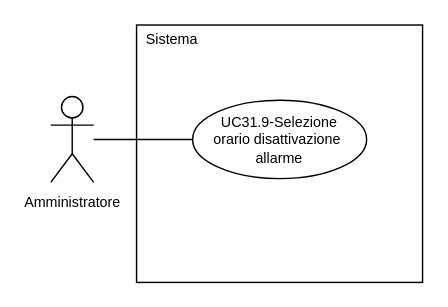
Earlier version of the draw.io diagram 2-RTB/Analisi_dei_requisiti/draw.io/UC31.9.drawio (SnakeByteTeam/snakebyteteam.github.io). Source tidied: cells renumbered, new cells numbered last; positions are measured from the earlier drawing's top-left corner, leaving out a move shared by most shapes. Both pictures are drawn from the tidied source at 143%, with x=0, y=0 at pixel (50, 24).
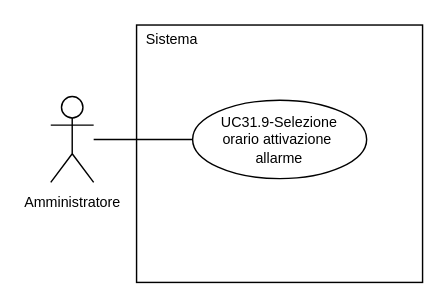
After the change.

Change to the diagram source:
```diff
@@
 <mxGraphModel>
   <root>
     <mxCell id="0" />
     <mxCell id="1" parent="0" />
     <mxCell id="2" value="&lt;font style=&quot;font-size: 10px; line-height: 100%;&quot;&gt;Amministratore&lt;/font&gt;" style="shape=umlActor;verticalLabelPosition=bottom;verticalAlign=top;html=1;outlineConnect=0;" parent="1" vertex="1">
       <mxGeometry y="50" width="30" height="60" as="geometry" />
     </mxCell>
     <mxCell id="3" style="rounded=0;whiteSpace=wrap;html=1;" parent="1" vertex="1">
       <mxGeometry x="60" width="200" height="180" as="geometry" />
     </mxCell>
     <mxCell id="4" style="edgeStyle=orthogonalEdgeStyle;rounded=0;jettySize=auto;html=1;exitX=0;exitY=0.5;exitDx=0;exitDy=0;endArrow=none;endFill=0;" parent="1" edge="1" source="5" target="2">
       <mxGeometry relative="1" as="geometry" />
     </mxCell>
-    <mxCell id="5" value="&lt;div style=&quot;line-height: 100%;&quot;&gt;&lt;font style=&quot;line-height: 100%; font-size: 10px;&quot;&gt;UC31.9-Selezione&lt;/font&gt;&lt;/div&gt;&lt;div style=&quot;line-height: 100%;&quot;&gt;&lt;span style=&quot;font-size: 10px;&quot;&gt;orario disattivazione&amp;nbsp;&lt;/span&gt;&lt;/div&gt;&lt;div style=&quot;line-height: 100%;&quot;&gt;&lt;span style=&quot;font-size: 10px;&quot;&gt;allarme&lt;/span&gt;&lt;/div&gt;" style="ellipse;whiteSpace=wrap;html=1;" parent="1" vertex="1">
+    <mxCell id="5" value="&lt;div style=&quot;line-height: 100%;&quot;&gt;&lt;font style=&quot;line-height: 100%; font-size: 10px;&quot;&gt;UC31.9-Selezione&lt;/font&gt;&lt;/div&gt;&lt;div style=&quot;line-height: 100%;&quot;&gt;&lt;span style=&quot;font-size: 10px;&quot;&gt;orario attivazione&amp;nbsp;&lt;/span&gt;&lt;/div&gt;&lt;div style=&quot;line-height: 100%;&quot;&gt;&lt;span style=&quot;font-size: 10px;&quot;&gt;allarme&lt;/span&gt;&lt;/div&gt;" style="ellipse;whiteSpace=wrap;html=1;" parent="1" vertex="1">
       <mxGeometry x="99.2" y="52.6" width="121.7" height="54.8" as="geometry" />
     </mxCell>
     <mxCell id="6" value="&lt;font style=&quot;font-size: 10px;&quot;&gt;Sistema&lt;/font&gt;" style="text;html=1;whiteSpace=wrap;strokeColor=none;fillColor=none;align=center;verticalAlign=middle;rounded=0;" parent="1" vertex="1">
       <mxGeometry x="60" width="50" height="20" as="geometry" />
     </mxCell>
   </root>
 </mxGraphModel>
```
